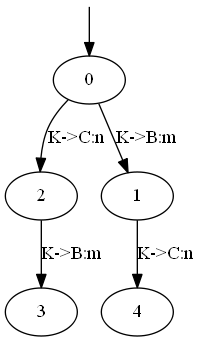
Before: examples/domitilla input/[Converted]Simple_choiceStruct.gv.png, a diagram exported from Graphviz (vairodp/Corinne-2). Its source is kept beside it as examples/domitilla input/[Converted]Simple_choiceStruct.gv.
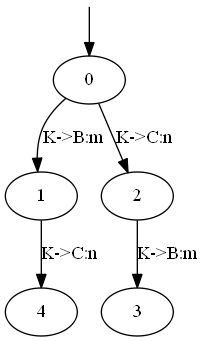
The same file after the commit.

Diff of the diagram source:
```diff
@@ -2,7 +2,7 @@
 	s0 [label="" height=0 shape=none width=0]
 	s0 -> 0
 	1 -> 4 [label="K->C:n"]
-	0 -> 1 [label="K->B:m"]
 	0 -> 2 [label="K->C:n"]
 	2 -> 3 [label="K->B:m"]
+	0 -> 1 [label="K->B:m"]
 }
```
